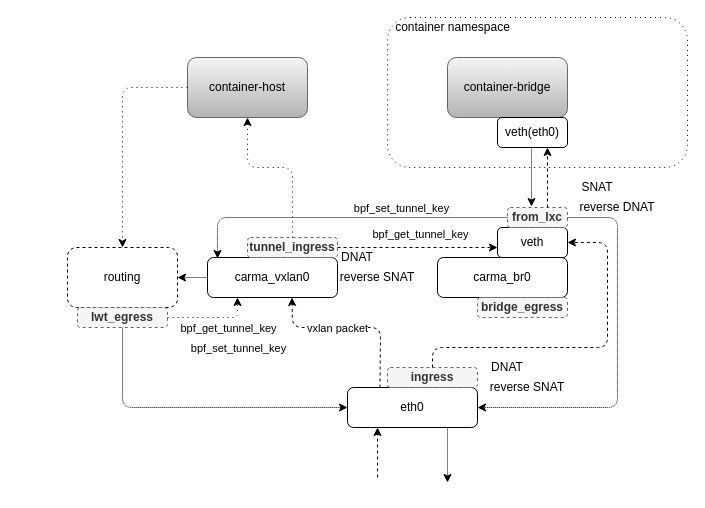
Above: host-overlay-flow.drawio in AirbornWdd/doc (draw.io), before the change. Source tidied: cells renumbered, new cells numbered last; positions are measured from the earlier drawing's top-left corner, leaving out a move shared by most shapes. Both pictures are drawn from the tidied source at 100%, with x=0, y=0 at pixel (67, 17).
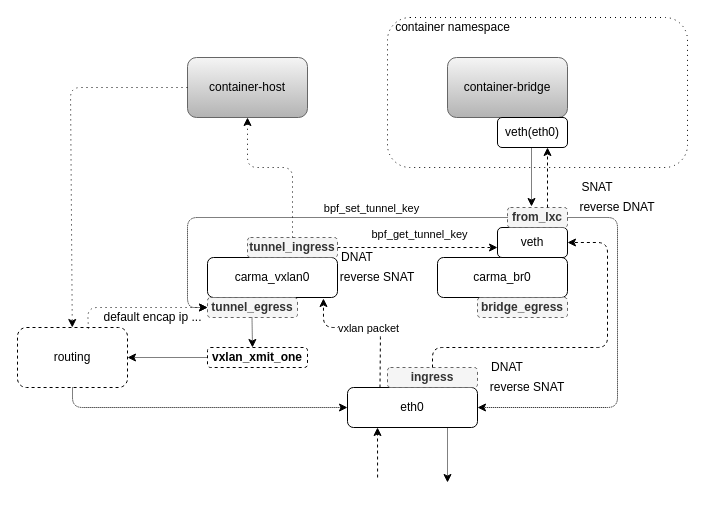
After the change.

Unchanged cells that the change refers to:
```xml
<mxCell id="3" value="container-host" style="rounded=1;whiteSpace=wrap;html=1;gradientColor=#b3b3b3;fillColor=#f5f5f5;strokeColor=#666666;" parent="1" vertex="1">
  <mxGeometry x="120" y="40" width="120" height="60" as="geometry" />
</mxCell>
<mxCell id="8" value="&lt;b&gt;from_lxc&lt;/b&gt;" style="rounded=1;whiteSpace=wrap;html=1;fillColor=#f5f5f5;strokeColor=#666666;fontColor=#333333;dashed=1;" parent="1" vertex="1">
  <mxGeometry x="440" y="190" width="60" height="20" as="geometry" />
</mxCell>
<mxCell id="10" value="eth0" style="rounded=1;whiteSpace=wrap;html=1;" parent="1" vertex="1">
  <mxGeometry x="280" y="370" width="130" height="40" as="geometry" />
</mxCell>
<mxCell id="17" value="carma_vxlan0" style="rounded=1;whiteSpace=wrap;html=1;" parent="1" vertex="1">
  <mxGeometry x="140" y="240" width="130" height="40" as="geometry" />
</mxCell>
```

The edit, as a diff of the source:
```diff
@@
-    <mxCell id="22" style="endArrow=classic;html=1;entryX=0.077;entryY=0.025;entryDx=0;entryDy=0;dashed=1;dashPattern=1 1;exitX=0;exitY=0.5;exitDx=0;exitDy=0;entryPerimeter=0;" parent="1" edge="1" source="8" target="17">
+    <mxCell id="22" style="endArrow=classic;html=1;entryX=0;entryY=0.5;entryDx=0;entryDy=0;dashed=1;dashPattern=1 1;exitX=0;exitY=0.5;exitDx=0;exitDy=0;" parent="1" edge="1" source="8" target="36">
       <mxGeometry relative="1" as="geometry">
         <Array as="points">
           <mxPoint x="360" y="200" />
-          <mxPoint x="150" y="200" />
+          <mxPoint x="120" y="200" />
+          <mxPoint x="120" y="290" />
         </Array>
       </mxGeometry>
     </mxCell>
@@
     <mxCell id="24" value="bpf_get_tunnel_key" style="edgeLabel;html=1;align=center;verticalAlign=middle;" parent="22" vertex="1">
       <mxGeometry x="-0.38" relative="1" as="geometry">
-        <mxPoint x="15" y="16" as="offset" />
+        <mxPoint x="44" y="16" as="offset" />
       </mxGeometry>
     </mxCell>
-    <mxCell id="25" value="bpf_set_tunnel_key" style="edgeLabel;html=1;align=center;verticalAlign=middle;" parent="22" vertex="1">
-      <mxGeometry x="-0.38" relative="1" as="geometry">
-        <mxPoint x="-167" y="130" as="offset" />
-      </mxGeometry>
-    </mxCell>
-    <mxCell id="26" value="bpf_get_tunnel_key" style="edgeLabel;html=1;align=center;verticalAlign=middle;" parent="22" vertex="1">
-      <mxGeometry x="-0.38" relative="1" as="geometry">
-        <mxPoint x="-177" y="110" as="offset" />
-      </mxGeometry>
-    </mxCell>
     <mxCell id="27" value="routing" style="rounded=1;whiteSpace=wrap;html=1;dashed=1;" parent="1" vertex="1">
-      <mxGeometry y="230" width="110" height="60" as="geometry" />
+      <mxGeometry x="-50" y="310" width="110" height="60" as="geometry" />
     </mxCell>
-    <mxCell id="28" style="endArrow=classic;html=1;entryX=1;entryY=0.5;entryDx=0;entryDy=0;dashed=1;dashPattern=1 1;exitX=0;exitY=0.5;exitDx=0;exitDy=0;" parent="1" edge="1" source="17" target="27">
-      <mxGeometry relative="1" as="geometry" />
-    </mxCell>
-    <mxCell id="29" style="endArrow=classic;html=1;entryX=0;entryY=0.5;entryDx=0;entryDy=0;dashed=1;dashPattern=1 1;exitX=0.5;exitY=1;exitDx=0;exitDy=0;" parent="1" edge="1" source="27" target="10">
-      <mxGeometry relative="1" as="geometry">
-        <Array as="points">
-          <mxPoint x="55" y="390" />
-        </Array>
-      </mxGeometry>
-    </mxCell>
@@
-    <mxCell id="33" style="endArrow=classic;html=1;entryX=0.315;entryY=1;entryDx=0;entryDy=0;dashed=1;entryPerimeter=0;exitX=0.25;exitY=0;exitDx=0;exitDy=0;" parent="1" edge="1" source="10">
+    <mxCell id="33" style="endArrow=classic;html=1;entryX=0.892;entryY=1.025;entryDx=0;entryDy=0;dashed=1;entryPerimeter=0;exitX=0.25;exitY=0;exitDx=0;exitDy=0;" parent="1" edge="1" source="10" target="17">
       <mxGeometry relative="1" as="geometry">
-        <mxPoint x="224.5" y="280" as="targetPoint" />
         <Array as="points">
           <mxPoint x="313" y="310" />
-          <mxPoint x="225" y="310" />
+          <mxPoint x="256" y="310" />
         </Array>
       </mxGeometry>
     </mxCell>
     <mxCell id="34" value="vxlan packet" style="edgeLabel;html=1;align=center;verticalAlign=middle;" parent="33" vertex="1">
       <mxGeometry x="-0.34" y="22" relative="1" as="geometry">
-        <mxPoint x="-21" y="-0.8" as="offset" />
+        <mxPoint x="9.1" y="-11.8" as="offset" />
       </mxGeometry>
     </mxCell>
@@
-    <mxCell id="36" value="&lt;b&gt;lwt_egress&lt;/b&gt;" style="rounded=1;whiteSpace=wrap;html=1;fillColor=#f5f5f5;strokeColor=#666666;fontColor=#333333;dashed=1;" parent="1" vertex="1">
-      <mxGeometry x="10" y="290" width="90" height="20" as="geometry" />
+    <mxCell id="36" value="&lt;b&gt;tunnel_egress&lt;/b&gt;" style="rounded=1;whiteSpace=wrap;html=1;fillColor=#f5f5f5;strokeColor=#666666;fontColor=#333333;dashed=1;" parent="1" vertex="1">
+      <mxGeometry x="140" y="280" width="90" height="20" as="geometry" />
     </mxCell>
-    <mxCell id="37" style="endArrow=classic;html=1;dashed=1;dashPattern=1 4;exitX=0;exitY=0.5;exitDx=0;exitDy=0;" parent="1" edge="1" source="3">
+    <mxCell id="37" style="endArrow=classic;html=1;dashed=1;dashPattern=1 4;exitX=0;exitY=0.5;exitDx=0;exitDy=0;" parent="1" edge="1" source="3" target="27">
       <mxGeometry relative="1" as="geometry">
-        <mxPoint x="55" y="230" as="targetPoint" />
         <Array as="points">
-          <mxPoint x="55" y="70" />
+          <mxPoint x="3" y="70" />
         </Array>
       </mxGeometry>
     </mxCell>
-    <mxCell id="38" style="endArrow=classic;html=1;dashed=1;dashPattern=1 4;exitX=1;exitY=0.5;exitDx=0;exitDy=0;" parent="1" edge="1" source="36">
-      <mxGeometry relative="1" as="geometry">
-        <mxPoint x="170" y="280" as="targetPoint" />
-        <Array as="points">
-          <mxPoint x="160" y="300" />
-          <mxPoint x="170" y="300" />
-        </Array>
-      </mxGeometry>
-    </mxCell>
@@
+    <mxCell id="42" value="&lt;b&gt;vxlan_xmit_one&lt;/b&gt;" style="rounded=1;whiteSpace=wrap;html=1;dashed=1;" parent="1" vertex="1">
+      <mxGeometry x="140" y="330" width="100" height="20" as="geometry" />
+    </mxCell>
+    <mxCell id="43" style="endArrow=classic;html=1;dashed=1;dashPattern=1 1;" parent="1" edge="1">
+      <mxGeometry relative="1" as="geometry">
+        <mxPoint x="184.5" y="300" as="sourcePoint" />
+        <mxPoint x="185" y="330" as="targetPoint" />
+      </mxGeometry>
+    </mxCell>
+    <mxCell id="44" style="endArrow=classic;html=1;entryX=1;entryY=0.5;entryDx=0;entryDy=0;dashed=1;dashPattern=1 1;exitX=0;exitY=0.5;exitDx=0;exitDy=0;" parent="1" edge="1" source="42" target="27">
+      <mxGeometry relative="1" as="geometry" />
+    </mxCell>
+    <mxCell id="29" style="endArrow=classic;html=1;entryX=0;entryY=0.5;entryDx=0;entryDy=0;dashed=1;dashPattern=1 1;exitX=0.5;exitY=1;exitDx=0;exitDy=0;" parent="1" edge="1" source="27" target="10">
+      <mxGeometry relative="1" as="geometry">
+        <Array as="points">
+          <mxPoint x="5" y="390" />
+        </Array>
+      </mxGeometry>
+    </mxCell>
+    <mxCell id="45" style="endArrow=classic;html=1;dashed=1;dashPattern=1 4;exitX=0.645;exitY=0.017;exitDx=0;exitDy=0;entryX=0;entryY=0.5;entryDx=0;entryDy=0;exitPerimeter=0;" parent="1" edge="1" source="27" target="36">
+      <mxGeometry relative="1" as="geometry">
+        <Array as="points">
+          <mxPoint x="20" y="290" />
+        </Array>
+      </mxGeometry>
+    </mxCell>
+    <mxCell id="46" value="default encap ip ..." style="text;html=1;align=center;verticalAlign=middle;" parent="1" vertex="1">
+      <mxGeometry x="30" y="290" width="110" height="20" as="geometry" />
+    </mxCell>
```
